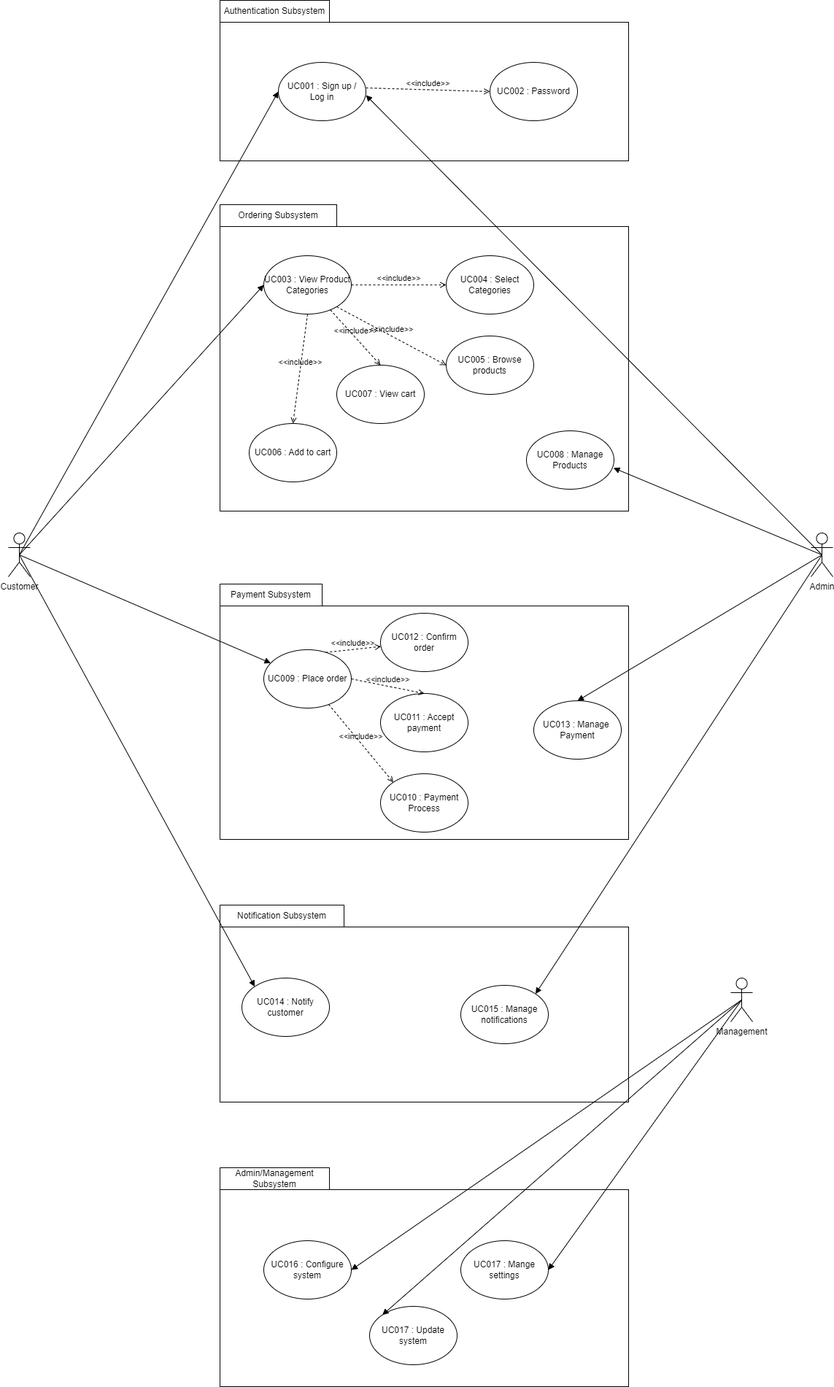
Earlier version of the draw.io export proposal/submission/sec02/Allen/diagram.png (drshahizan/software-engineering). Source tidied: cells renumbered, new cells last; positions are measured from the earlier drawing's top-left corner, leaving out a move shared by most shapes.
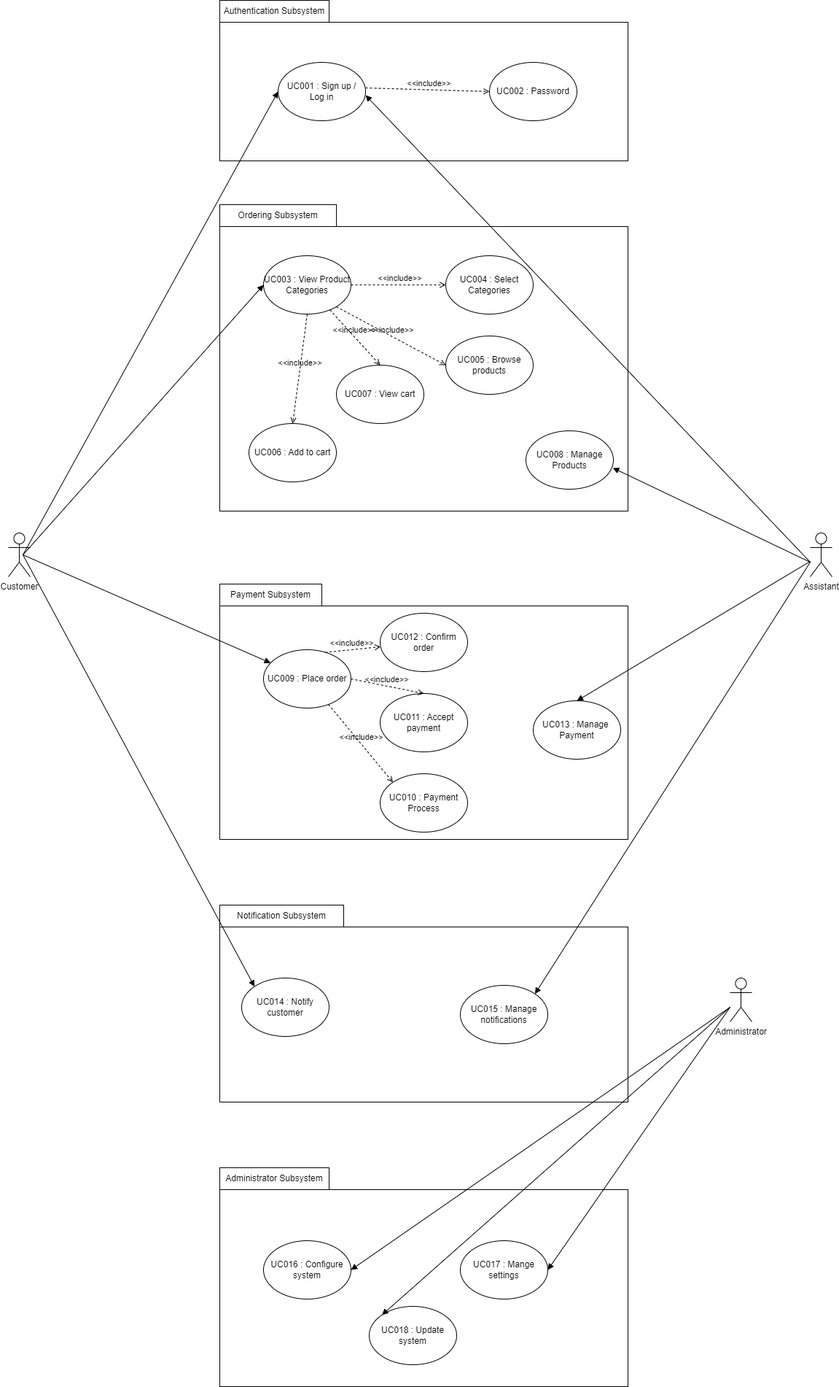
The same diagram one commit later.

Change to the diagram source:
```diff
@@ -77,7 +77,7 @@
     <mxCell id="26" style="edgeStyle=none;html=1;" parent="1" edge="1" source="27" target="25">
       <mxGeometry relative="1" as="geometry" />
     </mxCell>
-    <mxCell id="27" value="Admin/Management Subsystem" style="rounded=0;whiteSpace=wrap;html=1;" parent="1" vertex="1">
+    <mxCell id="27" value="Administrator Subsystem" style="rounded=0;whiteSpace=wrap;html=1;" parent="1" vertex="1">
       <mxGeometry x="290" y="1600" width="150" height="30" as="geometry" />
     </mxCell>
     <mxCell id="28" value="UC016 : Configure system" style="ellipse;whiteSpace=wrap;html=1;" parent="1" vertex="1">
@@ -86,30 +86,35 @@
     <mxCell id="29" value="UC017 : Mange settings" style="ellipse;whiteSpace=wrap;html=1;" parent="1" vertex="1">
       <mxGeometry x="620" y="1700" width="120" height="80" as="geometry" />
     </mxCell>
-    <mxCell id="30" value="UC017 : Update system" style="ellipse;whiteSpace=wrap;html=1;" parent="1" vertex="1">
+    <mxCell id="30" value="UC018 : Update system" style="ellipse;whiteSpace=wrap;html=1;" parent="1" vertex="1">
       <mxGeometry x="495" y="1790" width="120" height="80" as="geometry" />
     </mxCell>
     <mxCell id="31" value="Customer&lt;br&gt;" style="shape=umlActor;verticalLabelPosition=bottom;verticalAlign=top;html=1;outlineConnect=0;" parent="1" vertex="1">
       <mxGeometry y="730" width="30" height="60" as="geometry" />
     </mxCell>
-    <mxCell id="32" value="Admin" style="shape=umlActor;verticalLabelPosition=bottom;verticalAlign=top;html=1;outlineConnect=0;" parent="1" vertex="1">
+    <mxCell id="32" value="Assistant" style="shape=umlActor;verticalLabelPosition=bottom;verticalAlign=top;html=1;outlineConnect=0;" parent="1" vertex="1">
       <mxGeometry x="1100" y="730" width="30" height="60" as="geometry" />
     </mxCell>
-    <mxCell id="33" style="html=1;verticalAlign=bottom;labelBackgroundColor=none;endArrow=block;endFill=1;entryX=0;entryY=0.5;entryDx=0;entryDy=0;exitX=0.5;exitY=0.5;exitDx=0;exitDy=0;exitPerimeter=0;" parent="1" edge="1" source="31" target="4">
-      <mxGeometry relative="1" as="geometry" />
+    <mxCell id="33" style="html=1;verticalAlign=bottom;labelBackgroundColor=none;endArrow=block;endFill=1;entryX=0;entryY=0.5;entryDx=0;entryDy=0;" parent="1" edge="1" target="4">
+      <mxGeometry relative="1" as="geometry">
+        <mxPoint x="20" y="760" as="sourcePoint" />
+      </mxGeometry>
     </mxCell>
     <mxCell id="34" value="&amp;lt;&amp;lt;include&amp;gt;&amp;gt;" style="html=1;verticalAlign=bottom;labelBackgroundColor=none;endArrow=open;endFill=0;dashed=1;entryX=0;entryY=0.5;entryDx=0;entryDy=0;" parent="1" edge="1" target="5">
       <mxGeometry relative="1" as="geometry">
         <mxPoint x="490" y="120" as="sourcePoint" />
       </mxGeometry>
     </mxCell>
-    <mxCell id="35" style="html=1;verticalAlign=bottom;labelBackgroundColor=none;endArrow=block;endFill=1;exitX=0.5;exitY=0.5;exitDx=0;exitDy=0;exitPerimeter=0;" parent="1" edge="1" source="32">
+    <mxCell id="35" style="html=1;verticalAlign=bottom;labelBackgroundColor=none;endArrow=block;endFill=1;" parent="1" edge="1">
       <mxGeometry relative="1" as="geometry">
+        <mxPoint x="1100" y="770" as="sourcePoint" />
         <mxPoint x="490" y="130" as="targetPoint" />
       </mxGeometry>
     </mxCell>
-    <mxCell id="36" style="html=1;verticalAlign=bottom;labelBackgroundColor=none;endArrow=block;endFill=1;exitX=0.5;exitY=0.5;exitDx=0;exitDy=0;exitPerimeter=0;entryX=0;entryY=0.5;entryDx=0;entryDy=0;" parent="1" edge="1" source="31" target="8">
-      <mxGeometry relative="1" as="geometry" />
+    <mxCell id="36" style="html=1;verticalAlign=bottom;labelBackgroundColor=none;endArrow=block;endFill=1;entryX=0;entryY=0.5;entryDx=0;entryDy=0;" parent="1" edge="1" target="8">
+      <mxGeometry relative="1" as="geometry">
+        <mxPoint x="20" y="760" as="sourcePoint" />
+      </mxGeometry>
     </mxCell>
     <mxCell id="37" value="&amp;lt;&amp;lt;include&amp;gt;&amp;gt;" style="html=1;verticalAlign=bottom;labelBackgroundColor=none;endArrow=open;endFill=0;dashed=1;exitX=1;exitY=0.5;exitDx=0;exitDy=0;" parent="1" edge="1" source="8">
       <mxGeometry x="0.01" relative="1" as="geometry">
@@ -121,8 +126,10 @@
         <mxPoint x="450" y="420" as="sourcePoint" />
       </mxGeometry>
     </mxCell>
-    <mxCell id="39" style="html=1;verticalAlign=bottom;labelBackgroundColor=none;endArrow=block;endFill=1;exitX=0.5;exitY=0.5;exitDx=0;exitDy=0;exitPerimeter=0;" parent="1" edge="1" source="31" target="16">
-      <mxGeometry relative="1" as="geometry" />
+    <mxCell id="39" style="html=1;verticalAlign=bottom;labelBackgroundColor=none;endArrow=block;endFill=1;" parent="1" edge="1" target="16">
+      <mxGeometry relative="1" as="geometry">
+        <mxPoint x="20" y="760" as="sourcePoint" />
+      </mxGeometry>
     </mxCell>
     <mxCell id="40" value="&amp;lt;&amp;lt;include&amp;gt;&amp;gt;" style="html=1;verticalAlign=bottom;labelBackgroundColor=none;endArrow=open;endFill=0;dashed=1;exitX=0.706;exitY=0.046;exitDx=0;exitDy=0;exitPerimeter=0;" parent="1" edge="1" source="16" target="17">
       <mxGeometry relative="1" as="geometry" />
@@ -133,8 +140,10 @@
     <mxCell id="42" value="&amp;lt;&amp;lt;include&amp;gt;&amp;gt;" style="html=1;verticalAlign=bottom;labelBackgroundColor=none;endArrow=open;endFill=0;dashed=1;entryX=0;entryY=0;entryDx=0;entryDy=0;" parent="1" edge="1" source="16" target="18">
       <mxGeometry relative="1" as="geometry" />
     </mxCell>
-    <mxCell id="43" style="html=1;verticalAlign=bottom;labelBackgroundColor=none;endArrow=block;endFill=1;exitX=0.5;exitY=0.5;exitDx=0;exitDy=0;exitPerimeter=0;entryX=0;entryY=0;entryDx=0;entryDy=0;" parent="1" edge="1" source="31" target="23">
-      <mxGeometry relative="1" as="geometry" />
+    <mxCell id="43" style="html=1;verticalAlign=bottom;labelBackgroundColor=none;endArrow=block;endFill=1;entryX=0;entryY=0;entryDx=0;entryDy=0;" parent="1" edge="1" target="23">
+      <mxGeometry relative="1" as="geometry">
+        <mxPoint x="20" y="760" as="sourcePoint" />
+      </mxGeometry>
     </mxCell>
     <mxCell id="44" value="&amp;lt;&amp;lt;include&amp;gt;&amp;gt;" style="html=1;verticalAlign=bottom;labelBackgroundColor=none;endArrow=open;endFill=0;dashed=1;entryX=0.5;entryY=0;entryDx=0;entryDy=0;" parent="1" edge="1" source="8" target="13">
       <mxGeometry relative="1" as="geometry" />
@@ -142,26 +151,36 @@
     <mxCell id="45" value="&amp;lt;&amp;lt;include&amp;gt;&amp;gt;" style="html=1;verticalAlign=bottom;labelBackgroundColor=none;endArrow=open;endFill=0;dashed=1;entryX=0.5;entryY=0;entryDx=0;entryDy=0;exitX=0.5;exitY=1;exitDx=0;exitDy=0;" parent="1" edge="1" source="8" target="12">
       <mxGeometry relative="1" as="geometry" />
     </mxCell>
-    <mxCell id="46" style="html=1;verticalAlign=bottom;labelBackgroundColor=none;endArrow=block;endFill=1;entryX=0.994;entryY=0.636;entryDx=0;entryDy=0;entryPerimeter=0;exitX=0.5;exitY=0.5;exitDx=0;exitDy=0;exitPerimeter=0;" parent="1" edge="1" source="32" target="11">
-      <mxGeometry relative="1" as="geometry" />
+    <mxCell id="46" style="html=1;verticalAlign=bottom;labelBackgroundColor=none;endArrow=block;endFill=1;entryX=0.994;entryY=0.636;entryDx=0;entryDy=0;entryPerimeter=0;" parent="1" edge="1" target="11">
+      <mxGeometry relative="1" as="geometry">
+        <mxPoint x="1100" y="770" as="sourcePoint" />
+      </mxGeometry>
     </mxCell>
-    <mxCell id="47" style="html=1;verticalAlign=bottom;labelBackgroundColor=none;endArrow=block;endFill=1;exitX=0.5;exitY=0.5;exitDx=0;exitDy=0;exitPerimeter=0;entryX=0.5;entryY=0;entryDx=0;entryDy=0;" parent="1" edge="1" source="32" target="20">
+    <mxCell id="47" style="html=1;verticalAlign=bottom;labelBackgroundColor=none;endArrow=block;endFill=1;entryX=0.5;entryY=0;entryDx=0;entryDy=0;" parent="1" edge="1" source="32" target="20">
       <mxGeometry relative="1" as="geometry" />
     </mxCell>
-    <mxCell id="48" style="html=1;verticalAlign=bottom;labelBackgroundColor=none;endArrow=block;endFill=1;exitX=0.5;exitY=0.5;exitDx=0;exitDy=0;exitPerimeter=0;entryX=1;entryY=0;entryDx=0;entryDy=0;" parent="1" edge="1" source="32" target="24">
-      <mxGeometry relative="1" as="geometry" />
+    <mxCell id="48" style="html=1;verticalAlign=bottom;labelBackgroundColor=none;endArrow=block;endFill=1;entryX=1;entryY=0;entryDx=0;entryDy=0;" parent="1" edge="1" target="24">
+      <mxGeometry relative="1" as="geometry">
+        <mxPoint x="1100" y="770" as="sourcePoint" />
+      </mxGeometry>
     </mxCell>
-    <mxCell id="49" value="Management" style="shape=umlActor;verticalLabelPosition=bottom;verticalAlign=top;html=1;" parent="1" vertex="1">
+    <mxCell id="49" value="Administrator" style="shape=umlActor;verticalLabelPosition=bottom;verticalAlign=top;html=1;" parent="1" vertex="1">
       <mxGeometry x="990" y="1340" width="30" height="60" as="geometry" />
     </mxCell>
-    <mxCell id="50" style="html=1;verticalAlign=bottom;labelBackgroundColor=none;endArrow=block;endFill=1;exitX=0.5;exitY=0.5;exitDx=0;exitDy=0;exitPerimeter=0;entryX=1;entryY=0.5;entryDx=0;entryDy=0;" parent="1" edge="1" source="49" target="29">
-      <mxGeometry relative="1" as="geometry" />
+    <mxCell id="50" style="html=1;verticalAlign=bottom;labelBackgroundColor=none;endArrow=block;endFill=1;entryX=1;entryY=0.5;entryDx=0;entryDy=0;" parent="1" edge="1" target="29">
+      <mxGeometry relative="1" as="geometry">
+        <mxPoint x="990" y="1380" as="sourcePoint" />
+      </mxGeometry>
     </mxCell>
-    <mxCell id="51" style="html=1;verticalAlign=bottom;labelBackgroundColor=none;endArrow=block;endFill=1;exitX=0.5;exitY=0.5;exitDx=0;exitDy=0;exitPerimeter=0;entryX=0;entryY=0;entryDx=0;entryDy=0;" parent="1" edge="1" source="49" target="30">
-      <mxGeometry relative="1" as="geometry" />
+    <mxCell id="51" style="html=1;verticalAlign=bottom;labelBackgroundColor=none;endArrow=block;endFill=1;entryX=0;entryY=0;entryDx=0;entryDy=0;" parent="1" edge="1" target="30">
+      <mxGeometry relative="1" as="geometry">
+        <mxPoint x="990" y="1380" as="sourcePoint" />
+      </mxGeometry>
     </mxCell>
-    <mxCell id="52" style="html=1;verticalAlign=bottom;labelBackgroundColor=none;endArrow=block;endFill=1;exitX=0.5;exitY=0.5;exitDx=0;exitDy=0;exitPerimeter=0;entryX=1;entryY=0.5;entryDx=0;entryDy=0;" parent="1" edge="1" source="49" target="28">
-      <mxGeometry relative="1" as="geometry" />
+    <mxCell id="52" style="html=1;verticalAlign=bottom;labelBackgroundColor=none;endArrow=block;endFill=1;entryX=1;entryY=0.5;entryDx=0;entryDy=0;" parent="1" edge="1" target="28">
+      <mxGeometry relative="1" as="geometry">
+        <mxPoint x="990" y="1380" as="sourcePoint" />
+      </mxGeometry>
     </mxCell>
   </root>
 </mxGraphModel>
```
